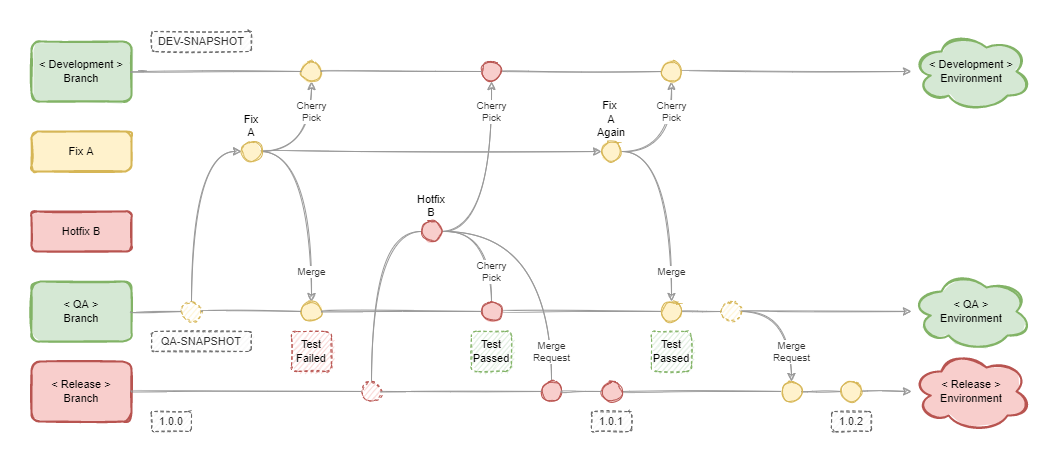
andylke/docs-gitlab-flow keeps this draw.io diagram as gitlab-flow-05-hotfix-example.drawio.png. Above is the earlier version. Source tidied: cells renumbered, new cells last; positions are measured from the earlier drawing's top-left corner, leaving out a move shared by most shapes.
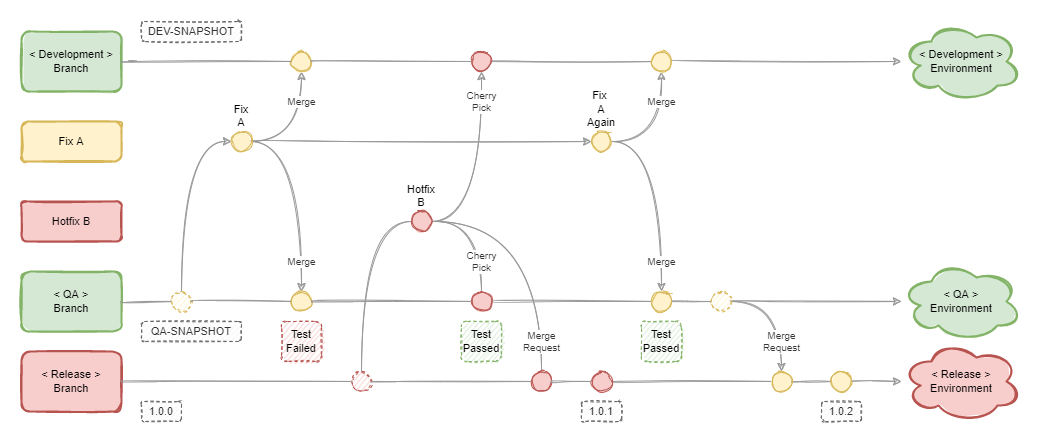
Above is the later version.

Change to the diagram source:
```diff
@@ -44,7 +44,7 @@
     <mxCell id="15" style="edgeStyle=orthogonalEdgeStyle;curved=1;sketch=1;jettySize=auto;html=1;exitX=1;exitY=0.5;exitDx=0;exitDy=0;entryX=0;entryY=0.5;entryDx=0;entryDy=0;endArrow=classic;endFill=1;strokeColor=#999999;fontSize=11;" parent="1" edge="1" source="17" target="34">
       <mxGeometry relative="1" as="geometry" />
     </mxCell>
-    <mxCell id="16" value="Cherry&lt;br&gt;Pick" style="edgeStyle=orthogonalEdgeStyle;curved=1;sketch=1;jettySize=auto;html=1;exitX=1;exitY=0.5;exitDx=0;exitDy=0;entryX=0.5;entryY=1;entryDx=0;entryDy=0;endArrow=classic;endFill=1;strokeColor=#999999;fontSize=10;fontColor=#333333;" parent="1" edge="1" source="17" target="39">
+    <mxCell id="16" value="Merge" style="edgeStyle=orthogonalEdgeStyle;curved=1;sketch=1;jettySize=auto;html=1;exitX=1;exitY=0.5;exitDx=0;exitDy=0;entryX=0.5;entryY=1;entryDx=0;entryDy=0;endArrow=classic;endFill=1;strokeColor=#999999;fontSize=10;fontColor=#333333;" parent="1" edge="1" source="17" target="39">
       <mxGeometry x="0.5" relative="1" as="geometry" />
     </mxCell>
     <mxCell id="17" value="Fix A" style="ellipse;whiteSpace=wrap;html=1;labelPosition=center;verticalLabelPosition=top;align=center;verticalAlign=bottom;sketch=1;fillColor=#fff2cc;strokeColor=#d6b656;fillStyle=solid;fontSize=11;" parent="1" vertex="1">
@@ -98,7 +98,7 @@
     <mxCell id="32" value="Merge" style="edgeStyle=orthogonalEdgeStyle;curved=1;sketch=1;jettySize=auto;html=1;exitX=1;exitY=0.5;exitDx=0;exitDy=0;entryX=0.5;entryY=0;entryDx=0;entryDy=0;endArrow=classic;endFill=1;strokeColor=#999999;fontSize=10;fontColor=#333333;" parent="1" edge="1" source="34" target="36">
       <mxGeometry x="0.7" relative="1" as="geometry" />
     </mxCell>
-    <mxCell id="33" value="Cherry&lt;br&gt;Pick" style="edgeStyle=orthogonalEdgeStyle;curved=1;sketch=1;jettySize=auto;html=1;exitX=1;exitY=0.5;exitDx=0;exitDy=0;entryX=0.5;entryY=1;entryDx=0;entryDy=0;endArrow=classic;endFill=1;strokeColor=#999999;fontSize=10;fontColor=#333333;" parent="1" edge="1" source="34" target="41">
+    <mxCell id="33" value="Merge" style="edgeStyle=orthogonalEdgeStyle;curved=1;sketch=1;jettySize=auto;html=1;exitX=1;exitY=0.5;exitDx=0;exitDy=0;entryX=0.5;entryY=1;entryDx=0;entryDy=0;endArrow=classic;endFill=1;strokeColor=#999999;fontSize=10;fontColor=#333333;" parent="1" edge="1" source="34" target="41">
       <mxGeometry x="0.5" relative="1" as="geometry" />
     </mxCell>
     <mxCell id="34" value="Fix &lt;br style=&quot;font-size: 11px;&quot;&gt;A Again" style="ellipse;whiteSpace=wrap;html=1;labelPosition=center;verticalLabelPosition=top;align=center;verticalAlign=bottom;sketch=1;fillColor=#fff2cc;strokeColor=#d6b656;fillStyle=solid;fontSize=11;" parent="1" vertex="1">
```
